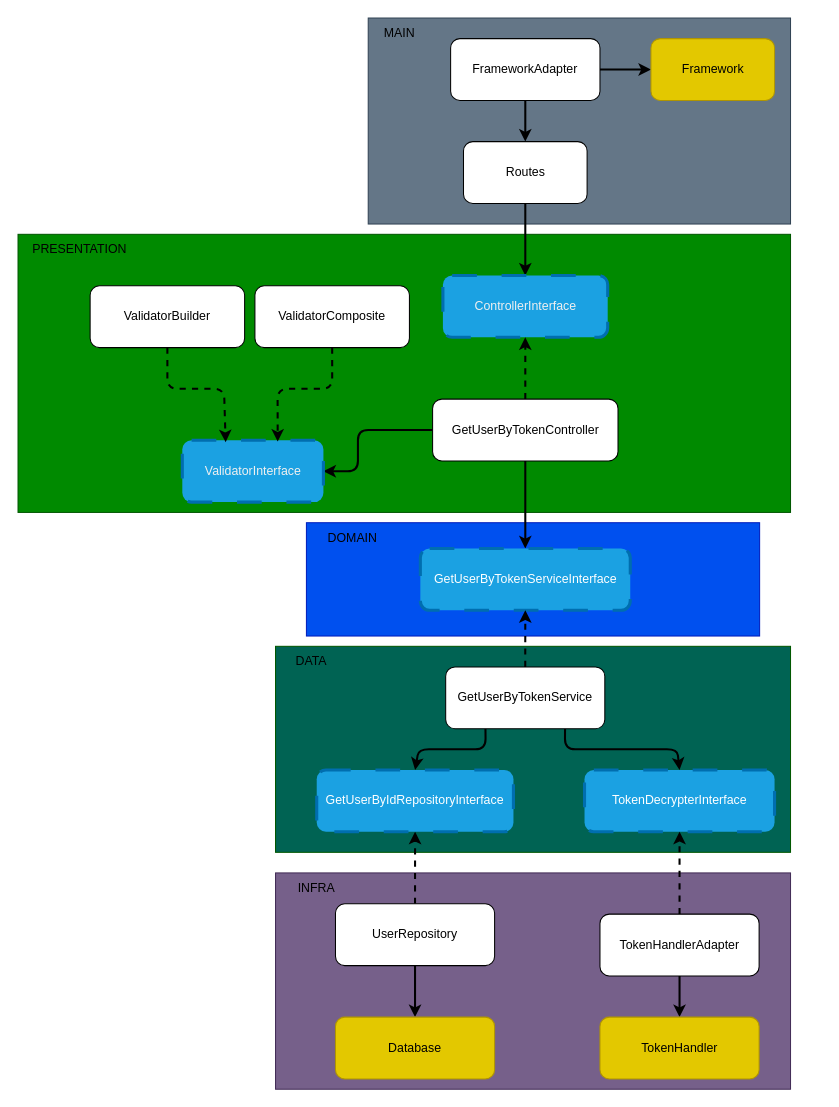
Before: diagrams/get-user-by-token.drawio in DouglasVolcato/node-tdd-clean-architecture, a draw.io diagram. Source tidied: cells renumbered, new cells numbered last; positions are measured from the earlier drawing's top-left corner, leaving out a move shared by most shapes. Both pictures are drawn from the tidied source at 103%, with x=0, y=0 at pixel (18, 18).
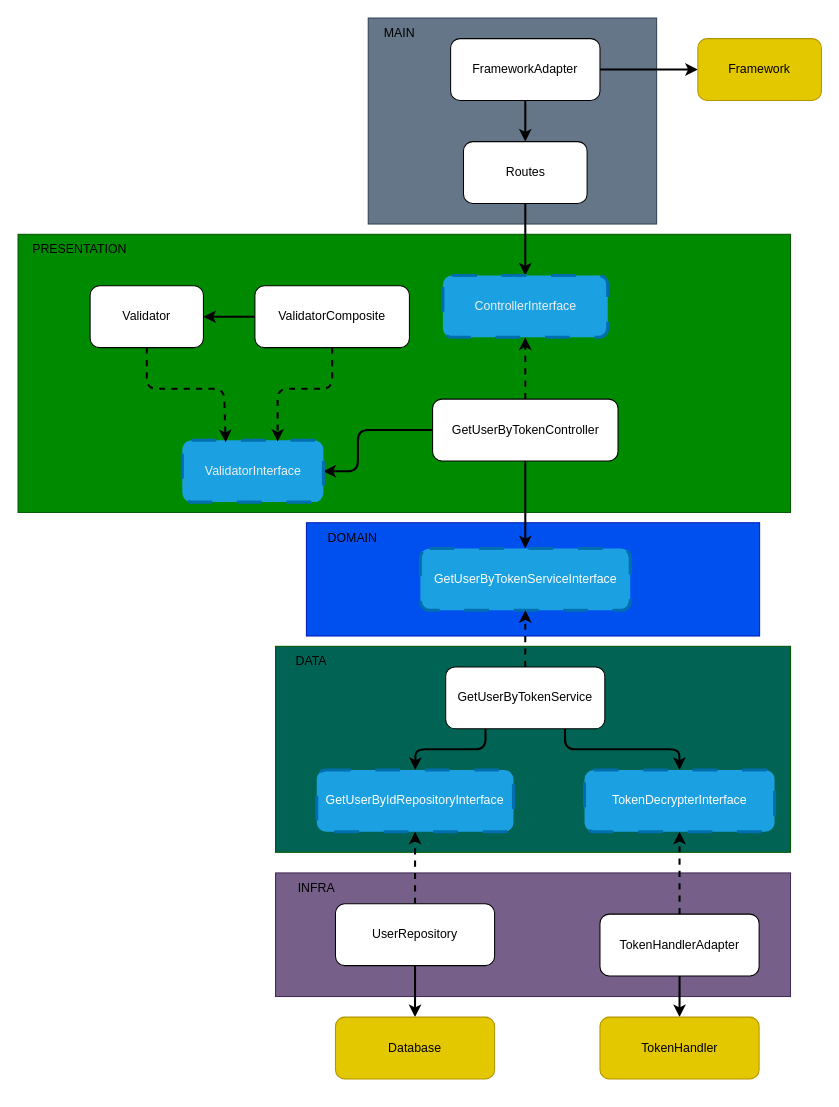
The same page after the edit.

The change refers to these unchanged cells:
```xml
<mxCell id="26" value="&lt;span style=&quot;color: rgb(240, 240, 240);&quot;&gt;ValidatorInterface&lt;/span&gt;" style="rounded=1;whiteSpace=wrap;html=1;dashed=1;dashPattern=8 8;strokeWidth=3;fillColor=#1ba1e2;fontColor=#ffffff;strokeColor=#006EAF;" parent="1" vertex="1">
  <mxGeometry x="159.5" y="410" width="137" height="60" as="geometry" />
</mxCell>
<mxCell id="31" value="GetUserByTokenService" style="rounded=1;whiteSpace=wrap;html=1;" parent="1" vertex="1">
  <mxGeometry x="415.2" y="630" width="154.5" height="60" as="geometry" />
</mxCell>
<mxCell id="32" value="TokenDecrypterInterface" style="rounded=1;whiteSpace=wrap;html=1;dashed=1;dashPattern=8 8;strokeWidth=3;fillColor=#1ba1e2;fontColor=#ffffff;strokeColor=#006EAF;" parent="1" vertex="1">
  <mxGeometry x="550" y="730" width="184.5" height="60" as="geometry" />
</mxCell>
<mxCell id="33" value="GetUserByIdRepositoryInterface" style="rounded=1;whiteSpace=wrap;html=1;dashed=1;dashPattern=8 8;strokeWidth=3;fillColor=#1ba1e2;fontColor=#ffffff;strokeColor=#006EAF;" parent="1" vertex="1">
  <mxGeometry x="290" y="730" width="191" height="60" as="geometry" />
</mxCell>
<mxCell id="39" value="ValidatorComposite" style="rounded=1;whiteSpace=wrap;html=1;" parent="1" vertex="1">
  <mxGeometry x="230" y="260" width="150" height="60" as="geometry" />
</mxCell>
```

What changed in the source:
```diff
@@
     <mxCell id="3" style="rounded=0;whiteSpace=wrap;html=1;fillColor=#76608a;fontColor=#ffffff;strokeColor=#432D57;" parent="1" vertex="1">
-      <mxGeometry x="250" y="830" width="500" height="210" as="geometry" />
+      <mxGeometry x="250" y="830" width="500" height="120" as="geometry" />
     </mxCell>
@@
     <mxCell id="6" style="rounded=0;whiteSpace=wrap;html=1;fillColor=#647687;fontColor=#ffffff;strokeColor=#314354;" parent="1" vertex="1">
-      <mxGeometry x="340" width="410" height="200" as="geometry" />
+      <mxGeometry x="340" width="280" height="200" as="geometry" />
     </mxCell>
@@
     <mxCell id="20" value="Framework" style="rounded=1;whiteSpace=wrap;html=1;fillColor=#e3c800;fontColor=#000000;strokeColor=#B09500;" parent="1" vertex="1">
-      <mxGeometry x="614.5" y="20" width="120" height="60" as="geometry" />
+      <mxGeometry x="660" y="20" width="120" height="60" as="geometry" />
     </mxCell>
@@
     <mxCell id="28" style="edgeStyle=none;html=1;exitX=0.25;exitY=1;exitDx=0;exitDy=0;entryX=0.5;entryY=0;entryDx=0;entryDy=0;strokeWidth=2;" parent="1" edge="1" source="31" target="33">
       <mxGeometry relative="1" as="geometry">
         <Array as="points">
           <mxPoint x="454" y="710" />
-          <mxPoint x="389" y="710" />
+          <mxPoint x="386" y="710" />
         </Array>
       </mxGeometry>
     </mxCell>
     <mxCell id="29" style="edgeStyle=none;html=1;exitX=0.75;exitY=1;exitDx=0;exitDy=0;entryX=0.5;entryY=0;entryDx=0;entryDy=0;strokeWidth=2;" parent="1" edge="1" source="31" target="32">
       <mxGeometry relative="1" as="geometry">
         <Array as="points">
           <mxPoint x="531" y="710" />
-          <mxPoint x="640" y="710" />
+          <mxPoint x="642" y="710" />
         </Array>
       </mxGeometry>
     </mxCell>
@@
+    <mxCell id="43" style="edgeStyle=none;html=1;exitX=0;exitY=0.5;exitDx=0;exitDy=0;entryX=1;entryY=0.5;entryDx=0;entryDy=0;strokeWidth=2;" parent="1" edge="1" source="39" target="41">
+      <mxGeometry relative="1" as="geometry" />
+    </mxCell>
@@
     <mxCell id="40" style="edgeStyle=none;html=1;exitX=0.5;exitY=1;exitDx=0;exitDy=0;entryX=0.307;entryY=0.03;entryDx=0;entryDy=0;entryPerimeter=0;dashed=1;strokeWidth=2;" parent="1" edge="1" source="41" target="26">
       <mxGeometry relative="1" as="geometry">
         <Array as="points">
-          <mxPoint x="145" y="360" />
+          <mxPoint x="125" y="360" />
           <mxPoint x="200" y="360" />
         </Array>
       </mxGeometry>
     </mxCell>
-    <mxCell id="41" value="ValidatorBuilder" style="rounded=1;whiteSpace=wrap;html=1;" parent="1" vertex="1">
-      <mxGeometry x="70" y="260" width="150" height="60" as="geometry" />
+    <mxCell id="41" value="Validator" style="rounded=1;whiteSpace=wrap;html=1;" parent="1" vertex="1">
+      <mxGeometry x="70" y="260" width="110" height="60" as="geometry" />
     </mxCell>
```
